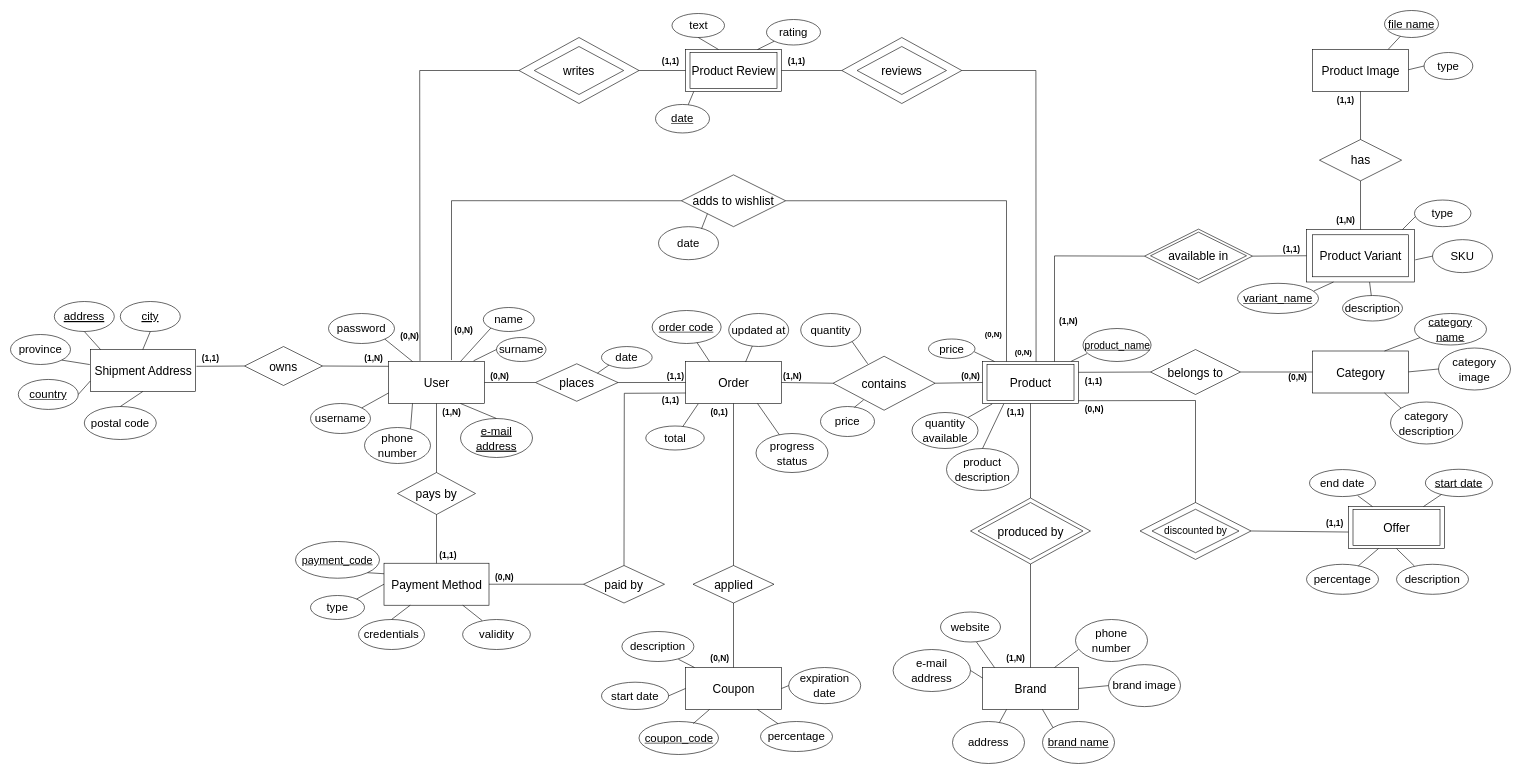
Earlier version of the draw.io diagram documentation/database/ER.drawio (Tecnologie-Del-Web/Project). Source tidied: cells renumbered, new cells numbered last; positions are measured from the earlier drawing's top-left corner, leaving out a move shared by most shapes. Both pictures are drawn from the tidied source at 60%, with x=0, y=0 at pixel (10, 10).
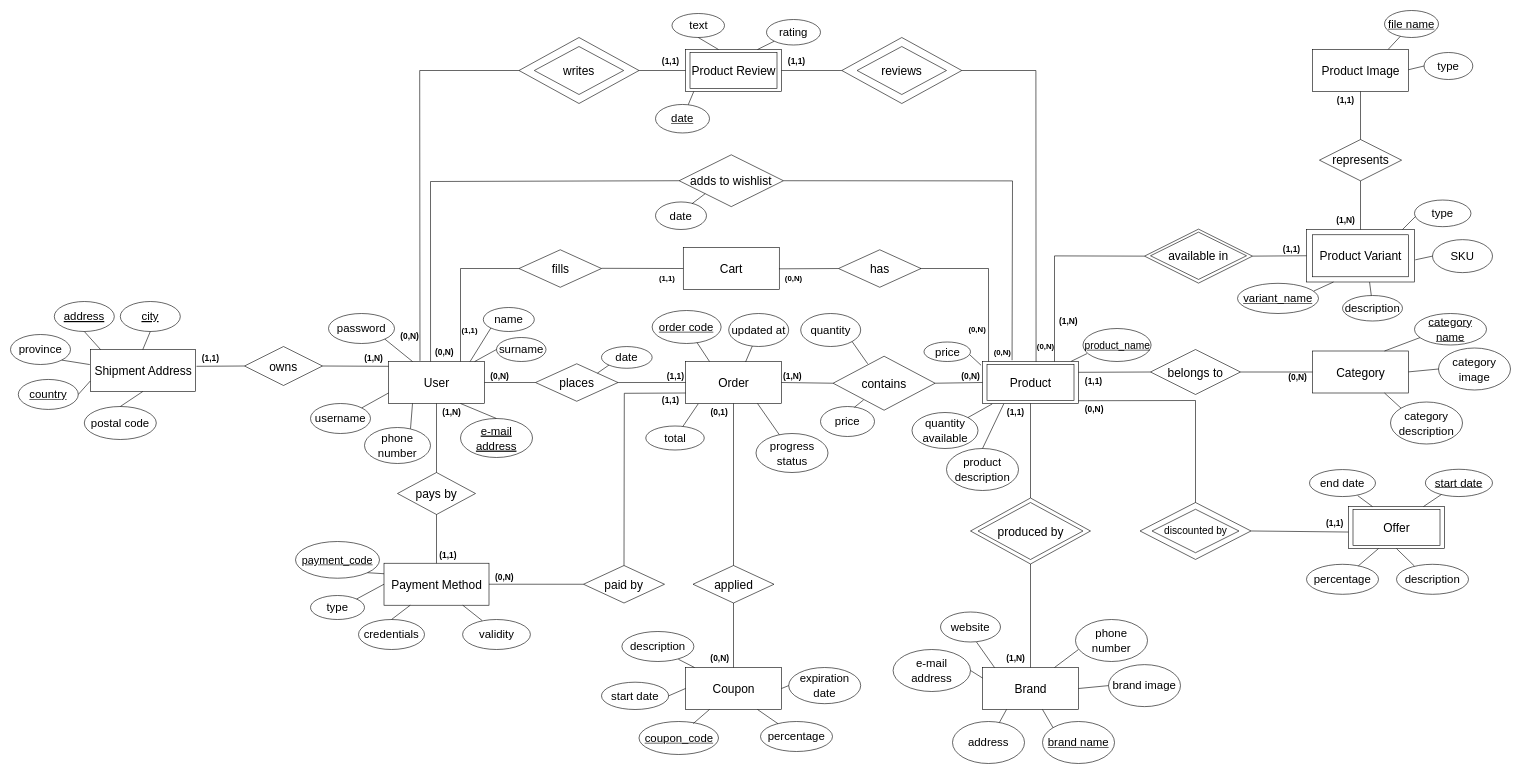
The same page after the edit.

Commit message (it also covers changes not shown here):
Ri-aggiunto Cart a ER

Unchanged cells that the change refers to:
```xml
<mxCell id="3" value="&lt;font style=&quot;font-size: 20px;&quot;&gt;User&lt;/font&gt;" style="html=1;dashed=0;whitespace=wrap;" parent="1" vertex="1">
  <mxGeometry x="630" y="585" width="160" height="70" as="geometry" />
</mxCell>
<mxCell id="7" value="&lt;font style=&quot;font-size: 20px;&quot;&gt;Product&lt;/font&gt;" style="html=1;dashed=0;whitespace=wrap;" parent="1" vertex="1">
  <mxGeometry x="1620" y="585" width="160" height="70" as="geometry" />
</mxCell>
<mxCell id="10" value="&lt;font style=&quot;font-size: 19px;&quot;&gt;name&lt;/font&gt;" style="ellipse;whiteSpace=wrap;html=1;fontSize=20;" parent="1" vertex="1">
  <mxGeometry x="788" y="495" width="85" height="40" as="geometry" />
</mxCell>
<mxCell id="11" value="&lt;font style=&quot;font-size: 19px;&quot;&gt;surname&lt;/font&gt;" style="ellipse;whiteSpace=wrap;html=1;fontSize=20;" parent="1" vertex="1">
  <mxGeometry x="810" y="545" width="82.5" height="40" as="geometry" />
</mxCell>
```

Change to the diagram source:
```diff
@@
-    <mxCell id="15" style="endArrow=none;html=1;rounded=0;fontSize=20;exitX=0.75;exitY=0;exitDx=0;exitDy=0;entryX=0;entryY=1;entryDx=0;entryDy=0;" parent="1" edge="1" source="3" target="10">
+    <mxCell id="15" style="endArrow=none;html=1;rounded=0;fontSize=20;exitX=0.85;exitY=0;exitDx=0;exitDy=0;entryX=0;entryY=1;entryDx=0;entryDy=0;exitPerimeter=0;" parent="1" edge="1" source="3" target="10">
       <mxGeometry relative="1" as="geometry" />
     </mxCell>
-    <mxCell id="16" style="endArrow=none;html=1;rounded=0;fontSize=20;exitX=0.886;exitY=-0.016;exitDx=0;exitDy=0;entryX=0;entryY=0.5;entryDx=0;entryDy=0;exitPerimeter=0;" parent="1" edge="1" source="3" target="11">
+    <mxCell id="16" style="endArrow=none;html=1;rounded=0;fontSize=20;entryX=0;entryY=0.5;entryDx=0;entryDy=0;" parent="1" edge="1" source="3" target="11">
       <mxGeometry relative="1" as="geometry" />
     </mxCell>
@@
     <mxCell id="24" value="&lt;font style=&quot;font-size: 19px;&quot;&gt;price&lt;/font&gt;" style="ellipse;whiteSpace=wrap;html=1;fontSize=20;" parent="1" vertex="1">
-      <mxGeometry x="1530" y="547.5" width="77.5" height="32.5" as="geometry" />
+      <mxGeometry x="1522.5" y="552.5" width="77.5" height="32.5" as="geometry" />
     </mxCell>
-    <mxCell id="25" style="endArrow=none;html=1;rounded=0;fontSize=20;entryX=0.985;entryY=0.657;entryDx=0;entryDy=0;entryPerimeter=0;" parent="1" edge="1" target="24">
-      <mxGeometry relative="1" as="geometry">
-        <mxPoint x="1640" y="585" as="sourcePoint" />
-      </mxGeometry>
+    <mxCell id="25" style="endArrow=none;html=1;rounded=0;fontSize=20;entryX=0.985;entryY=0.657;entryDx=0;entryDy=0;entryPerimeter=0;exitX=-0.015;exitY=0.089;exitDx=0;exitDy=0;exitPerimeter=0;" parent="1" edge="1" source="7" target="24">
+      <mxGeometry relative="1" as="geometry" />
     </mxCell>
@@
     <mxCell id="124" value="&lt;font size=&quot;1&quot; style=&quot;&quot;&gt;&lt;b style=&quot;font-size: 13px;&quot;&gt;(0,N)&lt;/b&gt;&lt;/font&gt;" style="text;html=1;align=center;verticalAlign=middle;strokeColor=none;fillColor=none;" parent="1" vertex="1">
-      <mxGeometry x="1662.5" y="555" width="50" height="30" as="geometry" />
+      <mxGeometry x="1700" y="545" width="50" height="30" as="geometry" />
     </mxCell>
@@
     <mxCell id="168" value="&lt;font style=&quot;font-size: 20px;&quot;&gt;adds to wishlist&lt;br&gt;&lt;/font&gt;" style="shape=rhombus;perimeter=rhombusPerimeter;whiteSpace=wrap;html=1;align=center;" parent="1" vertex="1">
-      <mxGeometry x="1118.1" y="273.9" width="173.8" height="86.4" as="geometry" />
+      <mxGeometry x="1114.4" y="240.5" width="173.8" height="86.4" as="geometry" />
     </mxCell>
-    <mxCell id="169" style="endArrow=none;html=1;rounded=0;fontSize=20;exitX=0;exitY=0.5;exitDx=0;exitDy=0;entryX=0.656;entryY=-0.034;entryDx=0;entryDy=0;entryPerimeter=0;" parent="1" edge="1" source="168" target="3">
+    <mxCell id="169" style="endArrow=none;html=1;rounded=0;fontSize=20;exitX=0;exitY=0.5;exitDx=0;exitDy=0;entryX=0.438;entryY=0;entryDx=0;entryDy=0;entryPerimeter=0;" parent="1" edge="1" source="168" target="3">
       <mxGeometry relative="1" as="geometry">
         <Array as="points">
-          <mxPoint x="735" y="317" />
+          <mxPoint x="700" y="285" />
         </Array>
       </mxGeometry>
     </mxCell>
-    <mxCell id="170" style="endArrow=none;html=1;rounded=0;fontSize=20;exitX=1;exitY=0.5;exitDx=0;exitDy=0;entryX=0.25;entryY=0;entryDx=0;entryDy=0;" parent="1" edge="1" source="168" target="7">
+    <mxCell id="170" style="endArrow=none;html=1;rounded=0;fontSize=20;exitX=1;exitY=0.5;exitDx=0;exitDy=0;entryX=0.308;entryY=-0.031;entryDx=0;entryDy=0;entryPerimeter=0;" parent="1" edge="1" source="168" target="7">
       <mxGeometry relative="1" as="geometry">
         <Array as="points">
-          <mxPoint x="1660" y="317" />
+          <mxPoint x="1670" y="284" />
         </Array>
       </mxGeometry>
     </mxCell>
     <mxCell id="171" value="&lt;font size=&quot;1&quot; style=&quot;&quot;&gt;&lt;b style=&quot;font-size: 13px;&quot;&gt;(0,N)&lt;/b&gt;&lt;/font&gt;" style="text;html=1;align=center;verticalAlign=middle;strokeColor=none;fillColor=none;" parent="1" vertex="1">
-      <mxGeometry x="1612.5" y="525" width="50" height="30" as="geometry" />
+      <mxGeometry x="1627.5" y="553.8" width="50" height="30" as="geometry" />
     </mxCell>
     <mxCell id="172" value="&lt;font style=&quot;font-size: 14px;&quot;&gt;&lt;b&gt;(0,N)&lt;/b&gt;&lt;/font&gt;" style="text;html=1;align=center;verticalAlign=middle;strokeColor=none;fillColor=none;" parent="1" vertex="1">
-      <mxGeometry x="730" y="517.5" width="50" height="30" as="geometry" />
+      <mxGeometry x="697.5" y="555" width="50" height="30" as="geometry" />
     </mxCell>
@@
     <mxCell id="175" value="&lt;font style=&quot;font-size: 19px;&quot;&gt;date&lt;/font&gt;" style="ellipse;whiteSpace=wrap;html=1;fontSize=20;" parent="1" vertex="1">
-      <mxGeometry x="1080" y="360.3" width="100" height="55" as="geometry" />
+      <mxGeometry x="1075" y="319.1" width="85" height="45.9" as="geometry" />
     </mxCell>
@@
-    <mxCell id="182" value="&lt;font style=&quot;font-size: 20px;&quot;&gt;has&lt;br&gt;&lt;/font&gt;" style="shape=rhombus;perimeter=rhombusPerimeter;whiteSpace=wrap;html=1;align=center;" parent="1" vertex="1">
+    <mxCell id="182" value="&lt;font style=&quot;font-size: 20px;&quot;&gt;represents&lt;br&gt;&lt;/font&gt;" style="shape=rhombus;perimeter=rhombusPerimeter;whiteSpace=wrap;html=1;align=center;" parent="1" vertex="1">
       <mxGeometry x="2181.6" y="215" width="136.9" height="68.9" as="geometry" />
     </mxCell>
@@
+    <mxCell id="201" value="&lt;font style=&quot;font-size: 20px;&quot;&gt;Cart&lt;/font&gt;" style="html=1;dashed=0;whitespace=wrap;" parent="1" vertex="1">
+      <mxGeometry x="1121.3" y="395" width="160" height="70" as="geometry" />
+    </mxCell>
+    <mxCell id="202" style="endArrow=none;html=1;rounded=0;fontSize=20;entryX=0.75;entryY=0;entryDx=0;entryDy=0;exitX=0;exitY=0.5;exitDx=0;exitDy=0;" parent="1" edge="1" source="206" target="3">
+      <mxGeometry relative="1" as="geometry">
+        <Array as="points">
+          <mxPoint x="750" y="430" />
+        </Array>
+      </mxGeometry>
+    </mxCell>
+    <mxCell id="203" style="endArrow=none;html=1;rounded=0;fontSize=20;entryX=0.063;entryY=0;entryDx=0;entryDy=0;entryPerimeter=0;" parent="1" edge="1" target="7">
+      <mxGeometry relative="1" as="geometry">
+        <mxPoint x="1510" y="430" as="sourcePoint" />
+        <Array as="points">
+          <mxPoint x="1630" y="430" />
+        </Array>
+      </mxGeometry>
+    </mxCell>
+    <mxCell id="204" value="&lt;font size=&quot;1&quot; style=&quot;&quot;&gt;&lt;b style=&quot;font-size: 13px;&quot;&gt;(0,N)&lt;/b&gt;&lt;/font&gt;" style="text;html=1;align=center;verticalAlign=middle;strokeColor=none;fillColor=none;" parent="1" vertex="1">
+      <mxGeometry x="1585.5" y="516.2" width="50" height="30" as="geometry" />
+    </mxCell>
+    <mxCell id="205" value="&lt;font size=&quot;1&quot; style=&quot;&quot;&gt;&lt;b style=&quot;font-size: 13px;&quot;&gt;(1,1)&lt;/b&gt;&lt;/font&gt;" style="text;html=1;align=center;verticalAlign=middle;strokeColor=none;fillColor=none;" parent="1" vertex="1">
+      <mxGeometry x="740" y="517.5" width="50" height="30" as="geometry" />
+    </mxCell>
+    <mxCell id="206" value="&lt;font style=&quot;font-size: 20px;&quot;&gt;fills&lt;/font&gt;" style="shape=rhombus;perimeter=rhombusPerimeter;whiteSpace=wrap;html=1;align=center;" parent="1" vertex="1">
+      <mxGeometry x="847.5" y="398.8" width="137.5" height="62.5" as="geometry" />
+    </mxCell>
+    <mxCell id="207" style="endArrow=none;html=1;rounded=0;fontSize=20;entryX=1;entryY=0.5;entryDx=0;entryDy=0;exitX=0;exitY=0.5;exitDx=0;exitDy=0;" parent="1" edge="1" source="201">
+      <mxGeometry relative="1" as="geometry">
+        <mxPoint x="985" y="429.7" as="targetPoint" />
+      </mxGeometry>
+    </mxCell>
+    <mxCell id="208" value="&lt;font size=&quot;1&quot; style=&quot;&quot;&gt;&lt;b style=&quot;font-size: 13px;&quot;&gt;(1,1)&lt;/b&gt;&lt;/font&gt;" style="text;html=1;align=center;verticalAlign=middle;strokeColor=none;fillColor=none;" parent="1" vertex="1">
+      <mxGeometry x="1069.4" y="431.2" width="50" height="30" as="geometry" />
+    </mxCell>
+    <mxCell id="209" value="&lt;font size=&quot;1&quot; style=&quot;&quot;&gt;&lt;b style=&quot;font-size: 13px;&quot;&gt;(0,N)&lt;/b&gt;&lt;/font&gt;" style="text;html=1;align=center;verticalAlign=middle;points=[];strokeColor=none;fillColor=none;" parent="1" vertex="1">
+      <mxGeometry x="1280" y="431.2" width="50" height="30" as="geometry" />
+    </mxCell>
+    <mxCell id="210" value="&lt;font style=&quot;font-size: 20px;&quot;&gt;has&lt;/font&gt;" style="shape=rhombus;perimeter=rhombusPerimeter;whiteSpace=wrap;html=1;align=center;" parent="1" vertex="1">
+      <mxGeometry x="1380" y="398.8" width="137.5" height="62.5" as="geometry" />
+    </mxCell>
+    <mxCell id="211" style="endArrow=none;html=1;rounded=0;fontSize=20;entryX=0.016;entryY=-0.022;entryDx=0;entryDy=0;exitX=0;exitY=0.5;exitDx=0;exitDy=0;entryPerimeter=0;" parent="1" edge="1" source="210" target="209">
+      <mxGeometry relative="1" as="geometry" />
+    </mxCell>
```
